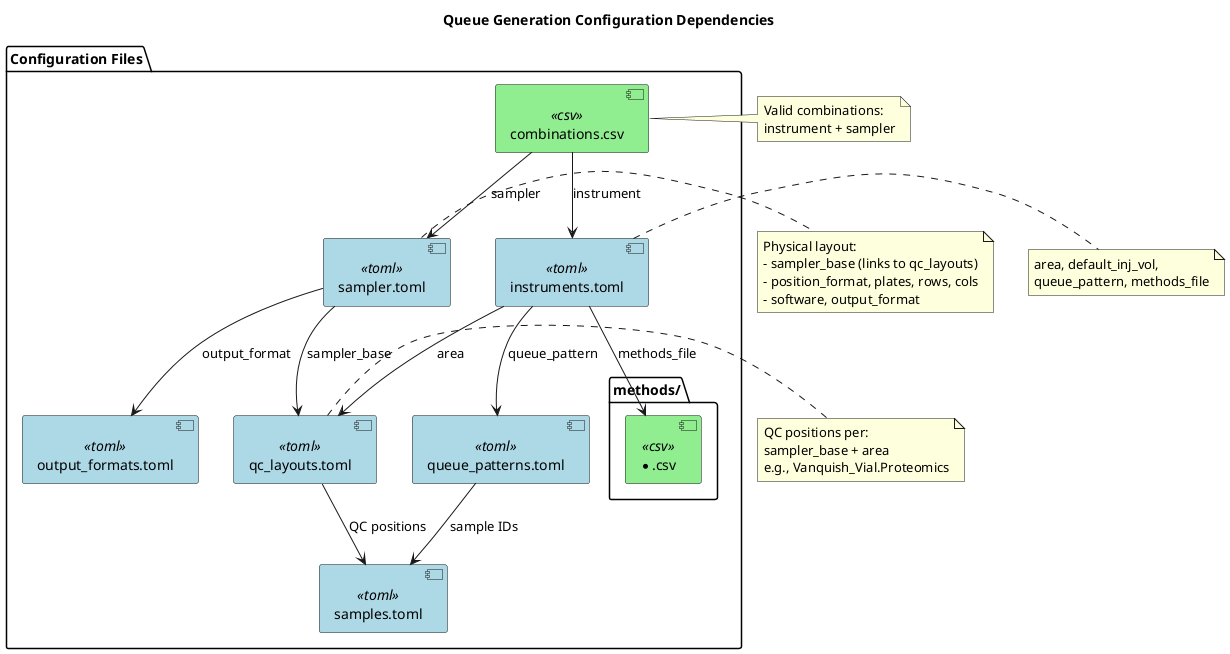
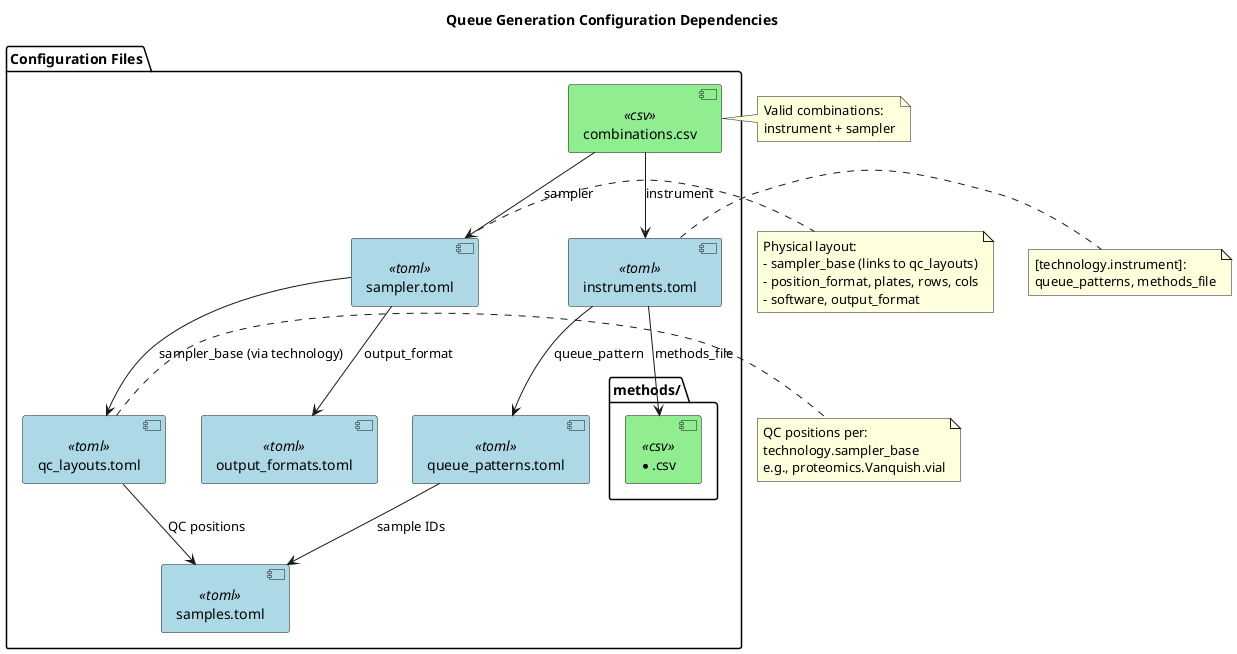
@startuml config_dependencies

title Queue Generation Configuration Dependencies

skinparam component {
    BackgroundColor<<toml>> LightBlue
    BackgroundColor<<csv>> LightGreen
}

package "Configuration Files" {
    [instruments.toml] <<toml>> as INST
    [combinations.csv] <<csv>> as COMB
    [sampler.toml] <<toml>> as SAMP
    [qc_layouts.toml] <<toml>> as QCLAYOUT
    [output_formats.toml] <<toml>> as FMT
    [queue_patterns.toml] <<toml>> as PATTERNS
    [samples.toml] <<toml>> as SAMPLES

    folder "methods/" {
        [*.csv] <<csv>> as METHODS
    }
}

' Dependencies
COMB --> INST : instrument
COMB --> SAMP : sampler
SAMP --> FMT : output_format
- SAMP --> QCLAYOUT : sampler_base
- INST --> QCLAYOUT : area
+ SAMP --> QCLAYOUT : sampler_base (via technology)
INST --> PATTERNS : queue_pattern
INST --> METHODS : methods_file
PATTERNS --> SAMPLES : sample IDs
QCLAYOUT --> SAMPLES : QC positions

note right of COMB
  Valid combinations:
  instrument + sampler
end note

note right of SAMP
  Physical layout:
  - sampler_base (links to qc_layouts)
  - position_format, plates, rows, cols
  - software, output_format
end note

note right of QCLAYOUT
  QC positions per:
-   sampler_base + area
-   e.g., Vanquish_Vial.Proteomics
+   technology.sampler_base
+   e.g., proteomics.Vanquish.vial
end note

note right of INST
-   area, default_inj_vol,
-   queue_pattern, methods_file
+   [technology.instrument]:
+   queue_patterns, methods_file
end note

@enduml
